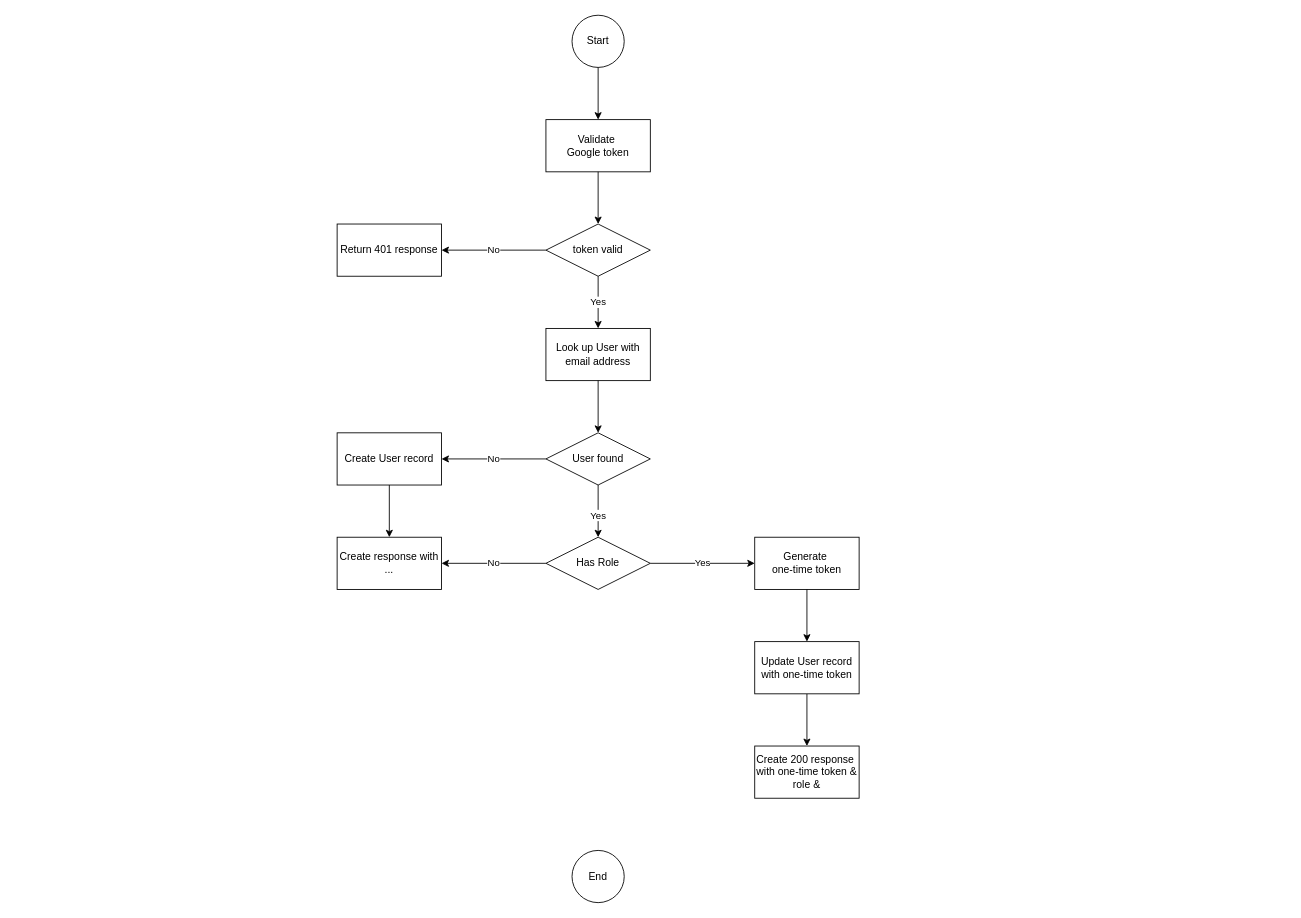
The draw.io diagram page "api/crud" (2 of 2) of logging/Secure implementations.drawio in danieldotskc/helloworld, before the edit. Source tidied: cells renumbered, new cells numbered last; positions are measured from the earlier drawing's top-left corner, leaving out a move shared by most shapes. Both pictures are drawn from the tidied source at 87%, with x=0, y=0 at pixel (337, 15).
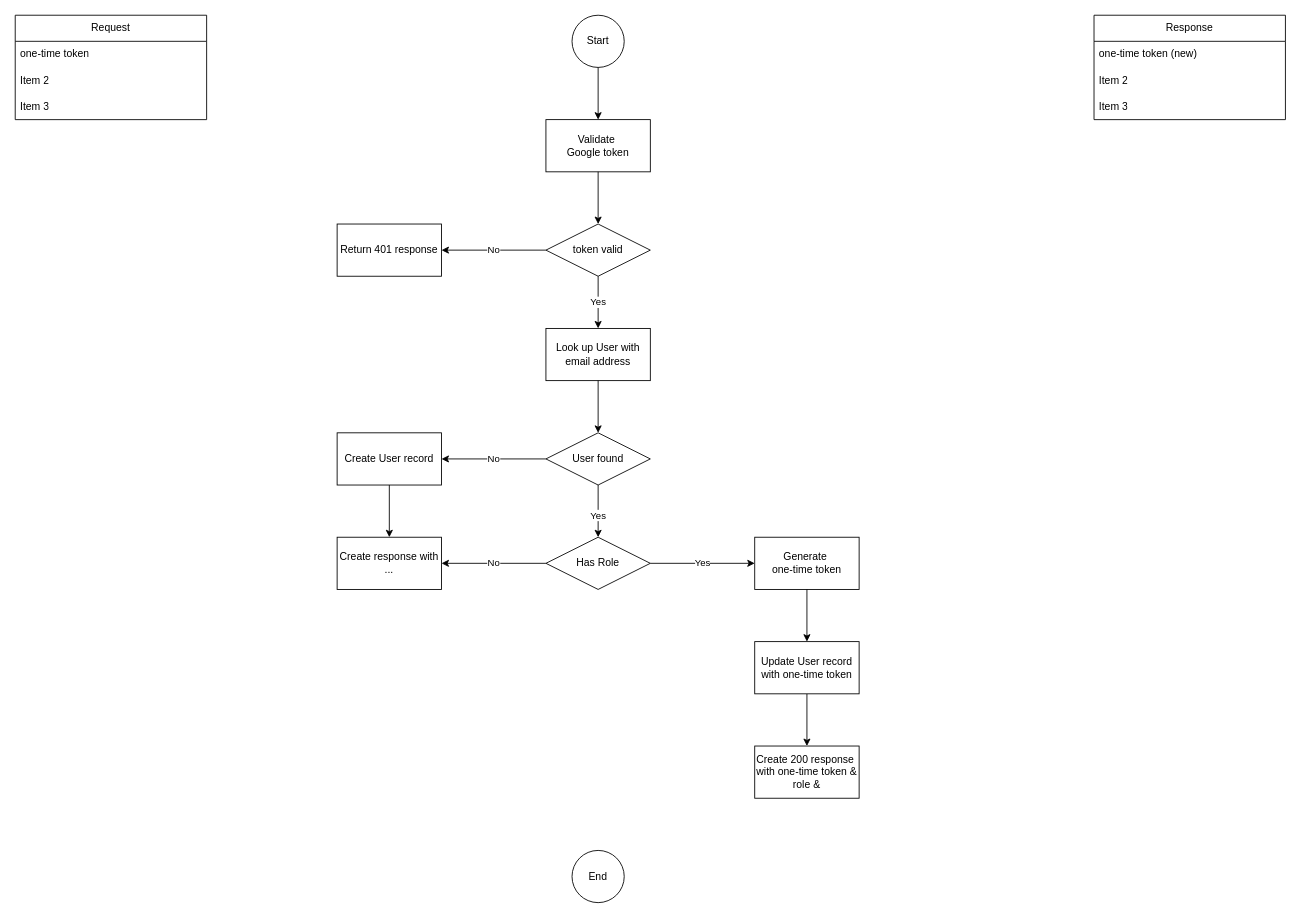
After the change.

Diff of the diagram source:
```diff
@@
+    <mxCell id="27" value="Request" style="swimlane;fontStyle=0;horizontal=1;startSize=30;whiteSpace=wrap;html=1;" parent="1" vertex="1">
+      <mxGeometry x="-370" width="220" height="120" as="geometry" />
+    </mxCell>
+    <mxCell id="28" value="one-time token" style="text;strokeColor=none;fillColor=none;align=left;verticalAlign=middle;spacingLeft=4;spacingRight=4;overflow=hidden;whiteSpace=wrap;html=1;" parent="27" vertex="1">
+      <mxGeometry y="30" width="220" height="30" as="geometry" />
+    </mxCell>
+    <mxCell id="29" value="Item 2" style="text;strokeColor=none;fillColor=none;align=left;verticalAlign=middle;spacingLeft=4;spacingRight=4;overflow=hidden;whiteSpace=wrap;html=1;" parent="27" vertex="1">
+      <mxGeometry y="60" width="220" height="30" as="geometry" />
+    </mxCell>
+    <mxCell id="30" value="Item 3" style="text;strokeColor=none;fillColor=none;align=left;verticalAlign=middle;spacingLeft=4;spacingRight=4;overflow=hidden;whiteSpace=wrap;html=1;" parent="27" vertex="1">
+      <mxGeometry y="90" width="220" height="30" as="geometry" />
+    </mxCell>
+    <mxCell id="31" value="Response" style="swimlane;fontStyle=0;horizontal=1;startSize=30;whiteSpace=wrap;html=1;" parent="1" vertex="1">
+      <mxGeometry x="870" width="220" height="120" as="geometry" />
+    </mxCell>
+    <mxCell id="32" value="one-time token (new)" style="text;strokeColor=none;fillColor=none;align=left;verticalAlign=middle;spacingLeft=4;spacingRight=4;overflow=hidden;whiteSpace=wrap;html=1;" parent="31" vertex="1">
+      <mxGeometry y="30" width="220" height="30" as="geometry" />
+    </mxCell>
+    <mxCell id="33" value="Item 2" style="text;strokeColor=none;fillColor=none;align=left;verticalAlign=middle;spacingLeft=4;spacingRight=4;overflow=hidden;whiteSpace=wrap;html=1;" parent="31" vertex="1">
+      <mxGeometry y="60" width="220" height="30" as="geometry" />
+    </mxCell>
+    <mxCell id="34" value="Item 3" style="text;strokeColor=none;fillColor=none;align=left;verticalAlign=middle;spacingLeft=4;spacingRight=4;overflow=hidden;whiteSpace=wrap;html=1;" parent="31" vertex="1">
+      <mxGeometry y="90" width="220" height="30" as="geometry" />
+    </mxCell>
```
